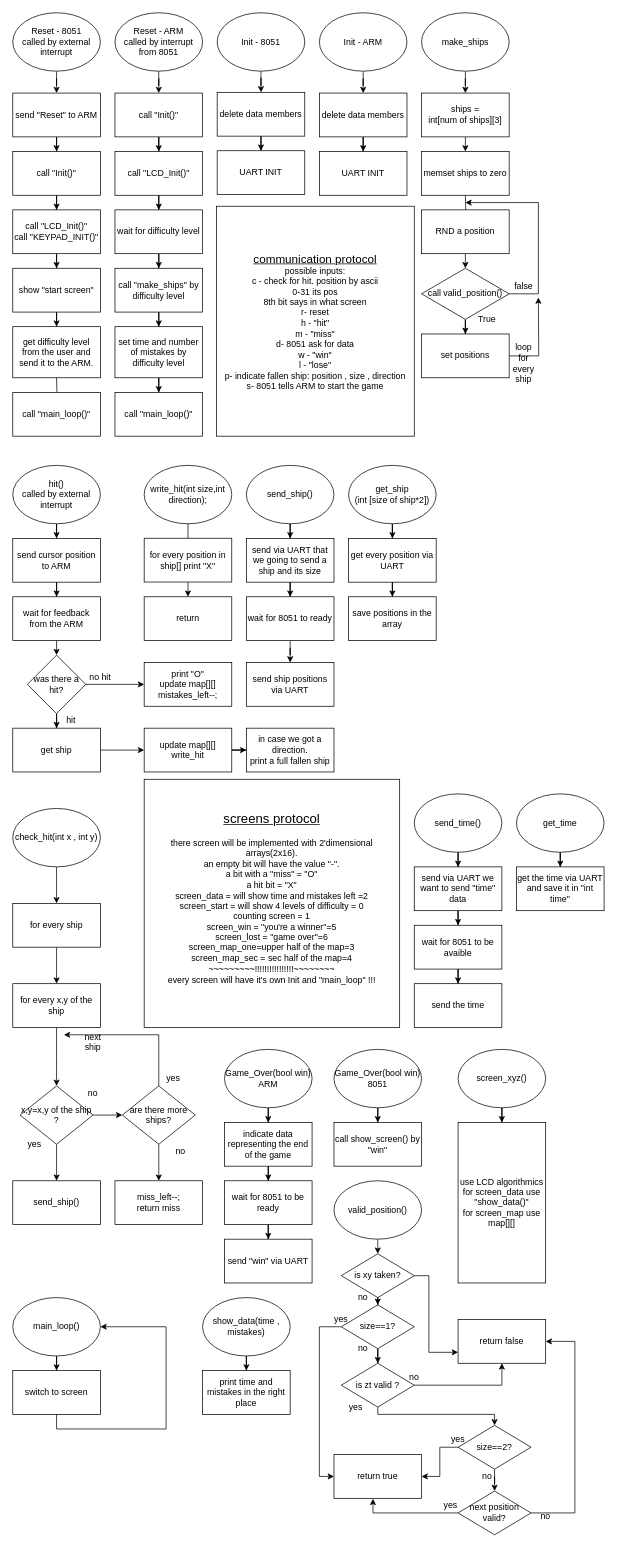
Before: Untitled Diagram.drawio in mmc-projecton-battleships/battleships, a draw.io diagram. Source tidied: cells renumbered, new cells numbered last; positions are measured from the earlier drawing's top-left corner, leaving out a move shared by most shapes. Both pictures are drawn from the tidied source at 73%, with x=0, y=0 at pixel (12, 12).
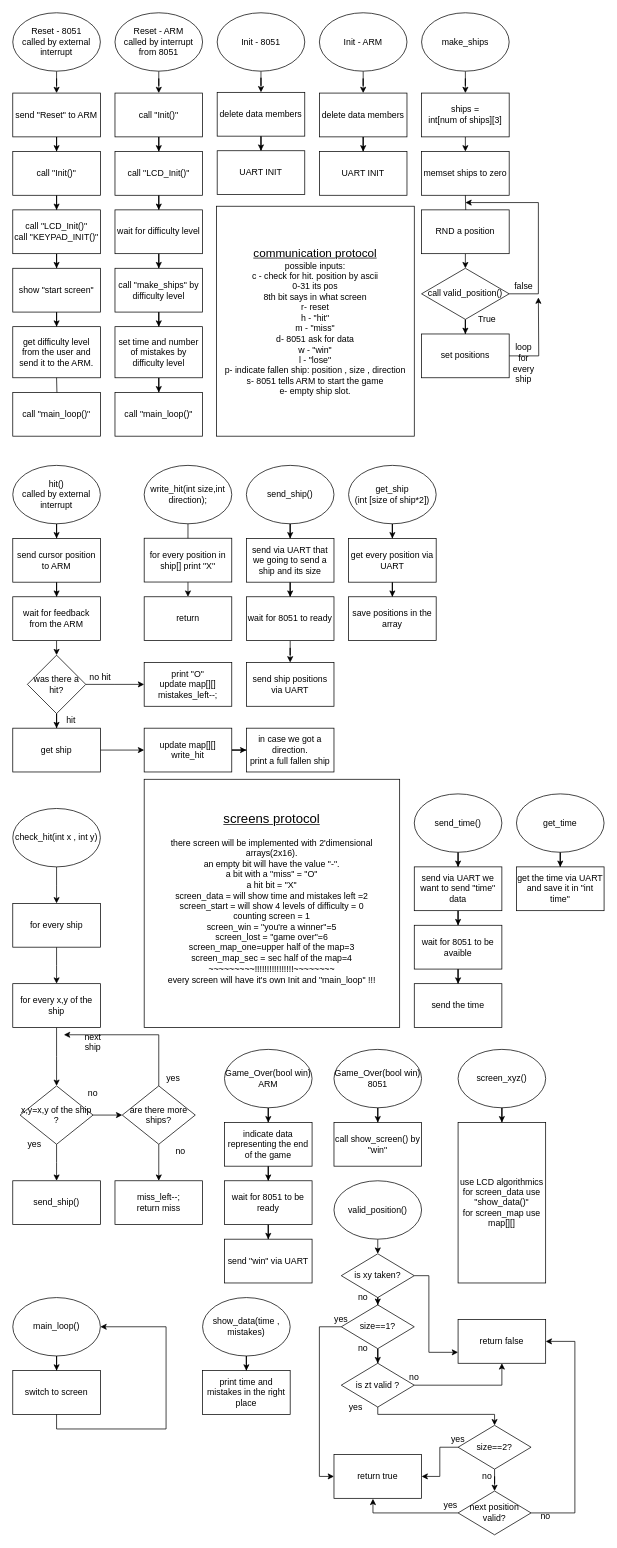
The same page after the edit.

The edit, as a diff of the source:
```diff
@@
-    <mxCell id="137" value="&lt;u&gt;&lt;font size=&quot;3&quot;&gt;communication protocol&lt;/font&gt;&lt;br&gt;&lt;/u&gt;&lt;span&gt;possible inputs:&lt;br&gt;c - check for hit. position by ascii&lt;br&gt;0-31 its pos&lt;br&gt;8th bit says in what screen&lt;br&gt;r- reset&lt;br&gt;h - &quot;hit&quot;&lt;br&gt;m - &quot;miss&quot;&lt;br&gt;d- 8051 ask for data&lt;br&gt;w - &quot;win&quot;&lt;br&gt;l - &quot;lose&quot;&lt;br&gt;p- indicate fallen ship: position , size , direction&lt;br&gt;s- 8051 tells ARM to start the game&lt;br&gt;&lt;/span&gt;" style="rounded=0;whiteSpace=wrap;html=1;" parent="1" vertex="1">
+    <mxCell id="137" value="&lt;u&gt;&lt;font size=&quot;3&quot;&gt;communication protocol&lt;/font&gt;&lt;br&gt;&lt;/u&gt;&lt;span&gt;possible inputs:&lt;br&gt;c - check for hit. position by ascii&lt;br&gt;0-31 its pos&lt;br&gt;8th bit says in what screen&lt;br&gt;r- reset&lt;br&gt;h - &quot;hit&quot;&lt;br&gt;m - &quot;miss&quot;&lt;br&gt;d- 8051 ask for data&lt;br&gt;w - &quot;win&quot;&lt;br&gt;l - &quot;lose&quot;&lt;br&gt;p- indicate fallen ship: position , size , direction&lt;br&gt;s- 8051 tells ARM to start the game&lt;br&gt;e- empty ship slot.&lt;br&gt;&lt;/span&gt;" style="rounded=0;whiteSpace=wrap;html=1;" parent="1" vertex="1">
       <mxGeometry x="279" y="265" width="271" height="315" as="geometry" />
     </mxCell>
```
